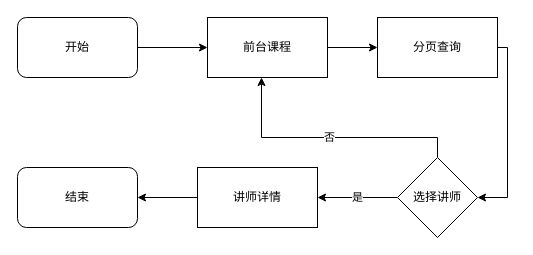
Above: page "前台讲师" (3 of 8) of 前台.drawio in luoZH111/imags (draw.io), before the change. Source tidied: cells renumbered, new cells numbered last; positions are measured from the earlier drawing's top-left corner, leaving out a move shared by most shapes. Both pictures are drawn from the tidied source at 100%, with x=0, y=0 at pixel (17, 17).
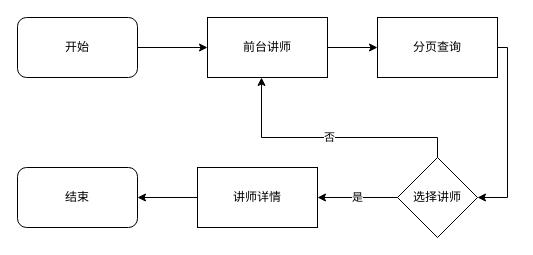
After the change.

Change to the diagram source:
```diff
@@
 <mxGraphModel>
   <root>
     <mxCell id="0" />
     <mxCell id="1" parent="0" />
     <mxCell id="2" style="edgeStyle=orthogonalEdgeStyle;rounded=0;jettySize=auto;html=1;" parent="1" edge="1" source="3" target="5">
       <mxGeometry relative="1" as="geometry" />
     </mxCell>
     <mxCell id="3" value="开始" style="rounded=1;whiteSpace=wrap;html=1;" parent="1" vertex="1">
       <mxGeometry width="120" height="60" as="geometry" />
     </mxCell>
     <mxCell id="4" style="edgeStyle=orthogonalEdgeStyle;rounded=0;jettySize=auto;html=1;" parent="1" edge="1" source="5" target="7">
       <mxGeometry relative="1" as="geometry" />
     </mxCell>
-    <mxCell id="5" value="前台课程" style="rounded=0;whiteSpace=wrap;html=1;" parent="1" vertex="1">
+    <mxCell id="5" value="前台讲师" style="rounded=0;whiteSpace=wrap;html=1;" parent="1" vertex="1">
       <mxGeometry x="190" width="120" height="60" as="geometry" />
     </mxCell>
     <mxCell id="6" style="edgeStyle=orthogonalEdgeStyle;rounded=0;jettySize=auto;html=1;" parent="1" edge="1" source="7" target="13">
       <mxGeometry relative="1" as="geometry">
         <Array as="points">
           <mxPoint x="490" y="30" />
           <mxPoint x="490" y="180" />
         </Array>
       </mxGeometry>
     </mxCell>
     <mxCell id="7" value="分页查询" style="rounded=0;whiteSpace=wrap;html=1;" parent="1" vertex="1">
       <mxGeometry x="360" width="120" height="60" as="geometry" />
     </mxCell>
     <mxCell id="8" style="edgeStyle=orthogonalEdgeStyle;rounded=0;jettySize=auto;html=1;" parent="1" edge="1" source="9" target="10">
       <mxGeometry relative="1" as="geometry" />
     </mxCell>
     <mxCell id="9" value="讲师详情" style="rounded=0;whiteSpace=wrap;html=1;" parent="1" vertex="1">
       <mxGeometry x="180" y="150" width="120" height="60" as="geometry" />
     </mxCell>
     <mxCell id="10" value="结束" style="rounded=1;whiteSpace=wrap;html=1;" parent="1" vertex="1">
       <mxGeometry y="150" width="120" height="60" as="geometry" />
     </mxCell>
     <mxCell id="11" value="是" style="edgeStyle=orthogonalEdgeStyle;rounded=0;jettySize=auto;html=1;" parent="1" edge="1" source="13" target="9">
       <mxGeometry relative="1" as="geometry" />
     </mxCell>
     <mxCell id="12" value="否" style="edgeStyle=orthogonalEdgeStyle;rounded=0;jettySize=auto;html=1;entryX=0.45;entryY=1;entryDx=0;entryDy=0;entryPerimeter=0;" parent="1" edge="1" source="13" target="5">
       <mxGeometry relative="1" as="geometry">
         <Array as="points">
           <mxPoint x="420" y="120" />
           <mxPoint x="244" y="120" />
         </Array>
       </mxGeometry>
     </mxCell>
     <mxCell id="13" value="选择讲师" style="rhombus;whiteSpace=wrap;html=1;rounded=0;" parent="1" vertex="1">
       <mxGeometry x="380" y="140" width="80" height="80" as="geometry" />
     </mxCell>
   </root>
 </mxGraphModel>
```
